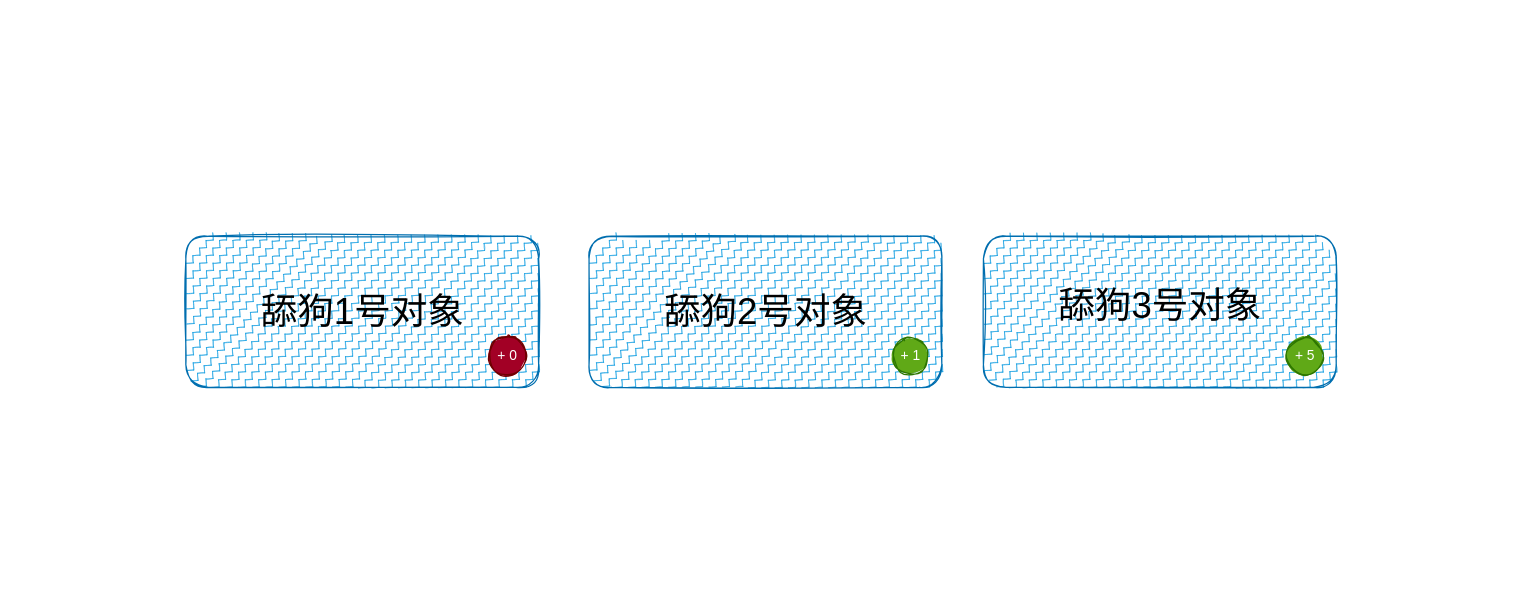
Above: draw/jvm/垃圾回收-引用计数算法.drawio in Thechc/materials (draw.io), before the change. Source tidied: cells renumbered, new cells numbered last; positions are measured from the earlier drawing's top-left corner, leaving out a move shared by most shapes. Both pictures are drawn from the tidied source at 126%, with x=0, y=0 at pixel (185, 236).
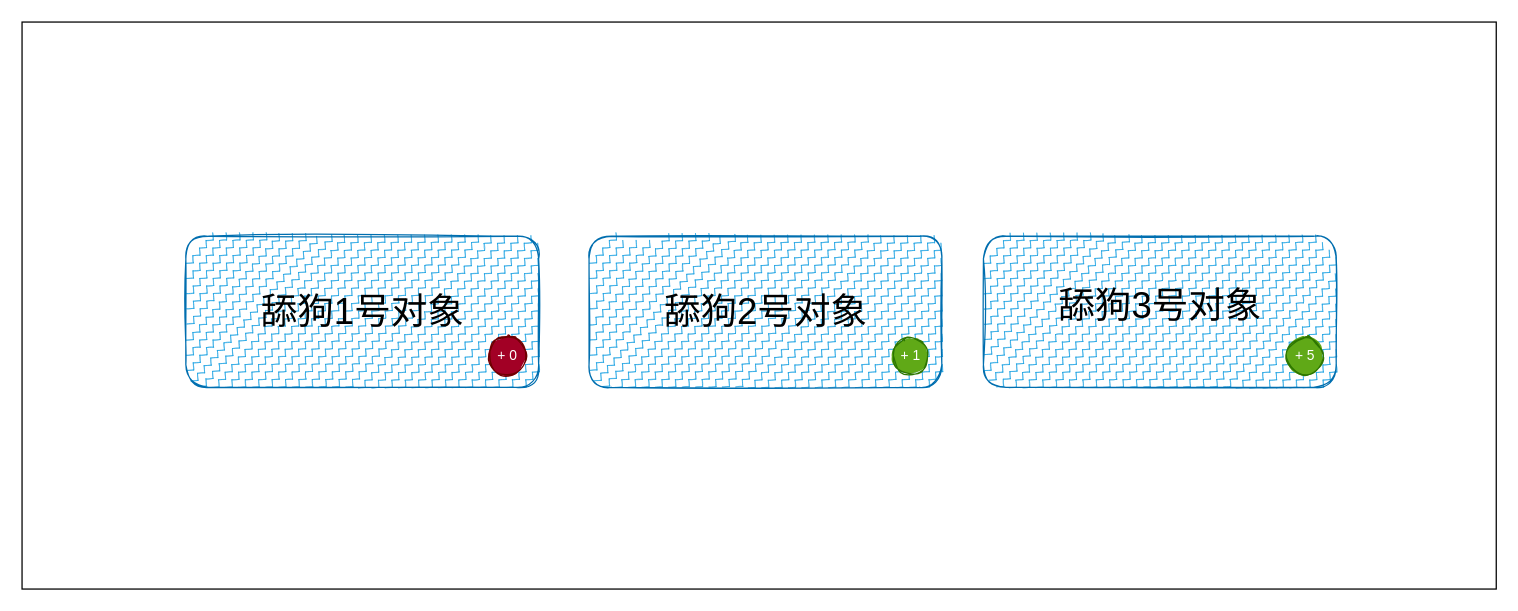
After the change.

Commit message (it also covers changes not shown here):
Update 垃圾回收-引用计数算法.drawio

Change to the diagram source:
```diff
@@
 <mxGraphModel>
   <root>
     <mxCell id="0" />
     <mxCell id="1" parent="0" />
+    <mxCell id="14" style="rounded=0;whiteSpace=wrap;html=1;fontSize=29;" parent="1" vertex="1">
+      <mxGeometry x="-130" y="-170" width="1170" height="450" as="geometry" />
+    </mxCell>
     <mxCell id="2" style="rounded=1;whiteSpace=wrap;html=1;shadow=0;sketch=1;fillStyle=zigzag-line;fillColor=#1ba1e2;fontColor=#ffffff;strokeColor=#006EAF;" parent="1" vertex="1">
       <mxGeometry width="280" height="120" as="geometry" />
     </mxCell>
     <mxCell id="3" style="ellipse;whiteSpace=wrap;html=1;shadow=0;sketch=1;fillStyle=solid;fillColor=#a20025;fontColor=#ffffff;strokeColor=#6F0000;" parent="1" vertex="1">
       <mxGeometry x="240" y="80" width="30" height="30" as="geometry" />
     </mxCell>
     <mxCell id="4" value="&lt;font color=&quot;#ffffff&quot; style=&quot;font-size: 11px&quot;&gt;+ 0&lt;/font&gt;" style="text;html=1;align=center;verticalAlign=middle;strokeColor=none;fillColor=none;" parent="1" vertex="1">
       <mxGeometry x="240" y="85" width="30" height="20" as="geometry" />
     </mxCell>
     <mxCell id="5" style="rounded=1;whiteSpace=wrap;html=1;shadow=0;sketch=1;fillStyle=zigzag-line;fillColor=#1ba1e2;fontColor=#ffffff;strokeColor=#006EAF;" parent="1" vertex="1">
       <mxGeometry x="320" width="280" height="120" as="geometry" />
     </mxCell>
     <mxCell id="6" style="ellipse;whiteSpace=wrap;html=1;shadow=0;sketch=1;fillStyle=solid;fillColor=#60a917;fontColor=#ffffff;strokeColor=#2D7600;" parent="1" vertex="1">
       <mxGeometry x="560" y="80" width="30" height="30" as="geometry" />
     </mxCell>
     <mxCell id="7" value="&lt;font color=&quot;#ffffff&quot; style=&quot;font-size: 11px&quot;&gt;+ 1&lt;/font&gt;" style="text;html=1;align=center;verticalAlign=middle;strokeColor=none;fillColor=none;" parent="1" vertex="1">
       <mxGeometry x="560" y="85" width="30" height="20" as="geometry" />
     </mxCell>
     <mxCell id="8" style="rounded=1;whiteSpace=wrap;html=1;shadow=0;sketch=1;fillStyle=zigzag-line;fillColor=#1ba1e2;fontColor=#ffffff;strokeColor=#006EAF;" parent="1" vertex="1">
       <mxGeometry x="633" width="280" height="120" as="geometry" />
     </mxCell>
     <mxCell id="9" style="ellipse;whiteSpace=wrap;html=1;shadow=0;sketch=1;fillStyle=solid;fillColor=#60a917;fontColor=#ffffff;strokeColor=#2D7600;" parent="1" vertex="1">
       <mxGeometry x="873" y="80" width="30" height="30" as="geometry" />
     </mxCell>
     <mxCell id="10" value="&lt;font color=&quot;#ffffff&quot; style=&quot;font-size: 11px&quot;&gt;+ 5&lt;/font&gt;" style="text;html=1;align=center;verticalAlign=middle;strokeColor=none;fillColor=none;" parent="1" vertex="1">
       <mxGeometry x="873" y="85" width="30" height="20" as="geometry" />
     </mxCell>
     <mxCell id="11" value="&lt;font style=&quot;font-size: 29px&quot;&gt;舔狗1号对象&lt;/font&gt;" style="text;html=1;align=center;verticalAlign=middle;strokeColor=none;fillColor=none;" parent="1" vertex="1">
       <mxGeometry x="50" y="45" width="180" height="30" as="geometry" />
     </mxCell>
     <mxCell id="12" value="&lt;font style=&quot;font-size: 29px&quot;&gt;舔狗2号对象&lt;/font&gt;" style="text;html=1;align=center;verticalAlign=middle;strokeColor=none;fillColor=none;" parent="1" vertex="1">
       <mxGeometry x="370" y="45" width="180" height="30" as="geometry" />
     </mxCell>
     <mxCell id="13" value="&lt;font style=&quot;font-size: 29px&quot;&gt;舔狗3号对象&lt;/font&gt;" style="text;html=1;align=center;verticalAlign=middle;strokeColor=none;fillColor=none;" parent="1" vertex="1">
       <mxGeometry x="683" y="40" width="180" height="30" as="geometry" />
     </mxCell>
   </root>
 </mxGraphModel>
```
